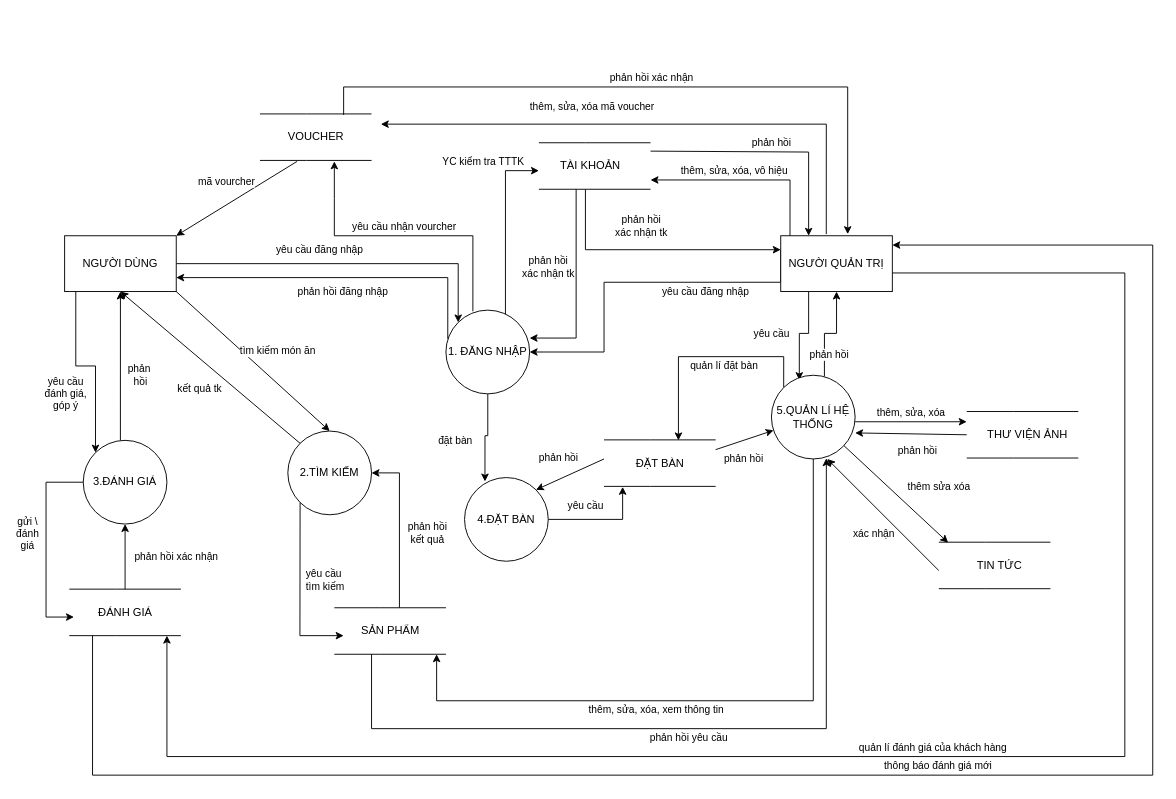
Earlier version of the draw.io diagram page "sơ đồ ngữ cảnh mức 1" (4 of 11) of Biểu đồ không có tiêu đề.drawio (trucka312/diagram). Source tidied: cells renumbered, new cells numbered last; positions are measured from the earlier drawing's top-left corner, leaving out a move shared by most shapes. Both pictures are drawn from the tidied source at 93%, with x=0, y=0 at pixel (46, 86).
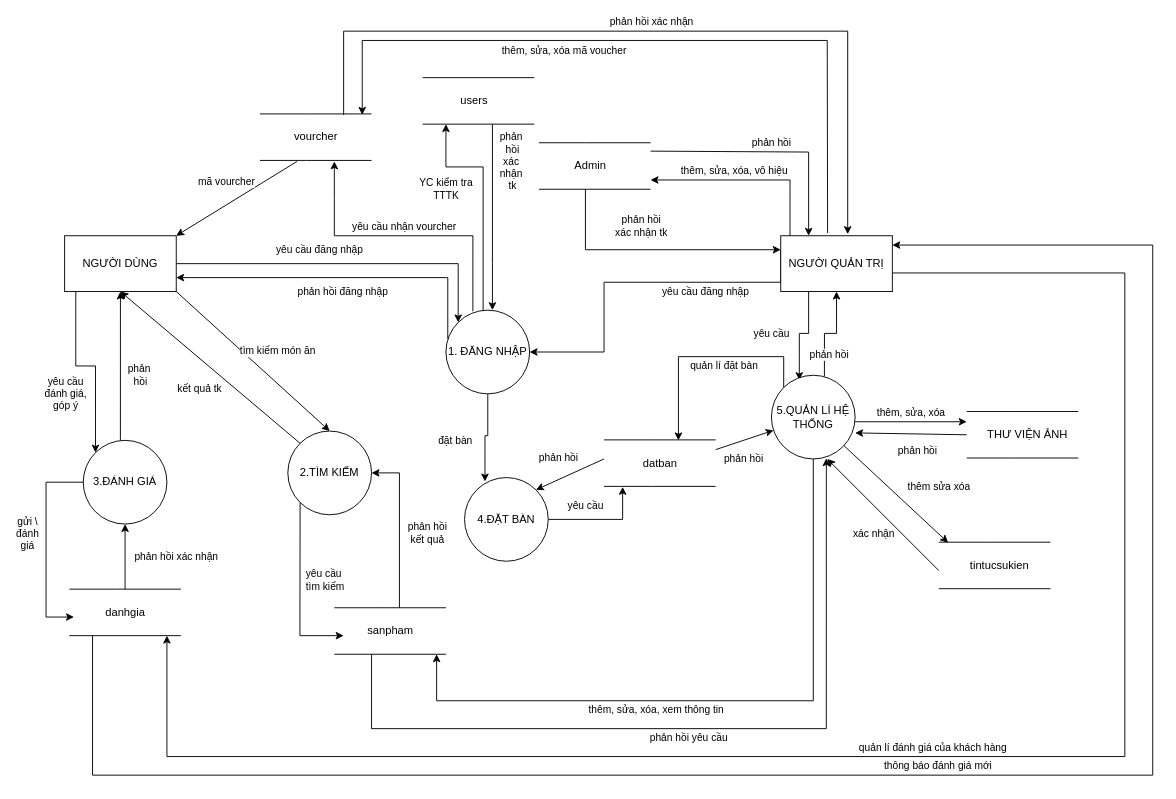
The same diagram, later.

The change refers to these unchanged cells:
```xml
<mxCell id="4" value="1. ĐĂNG NHẬP" style="ellipse;whiteSpace=wrap;html=1;" parent="1" vertex="1">
  <mxGeometry x="430" y="240" width="90" height="90" as="geometry" />
</mxCell>
<mxCell id="9" value="NGƯỜI QUẢN TRỊ" style="rounded=0;whiteSpace=wrap;html=1;" parent="1" vertex="1">
  <mxGeometry x="790" y="160" width="120" height="60" as="geometry" />
</mxCell>
```

The edit, as a diff of the source:
```diff
@@
     <mxCell id="17" style="endArrow=none;html=1;rounded=0;" parent="1" edge="1">
       <mxGeometry relative="1" as="geometry">
-        <mxPoint x="530" y="60" as="sourcePoint" />
-        <mxPoint x="650" y="60" as="targetPoint" />
+        <mxPoint x="405" y="-10" as="sourcePoint" />
+        <mxPoint x="525" y="-10" as="targetPoint" />
         <Array as="points">
-          <mxPoint x="580" y="60" />
+          <mxPoint x="455" y="-10" />
         </Array>
       </mxGeometry>
     </mxCell>
     <mxCell id="18" style="endArrow=none;html=1;rounded=0;" parent="1" edge="1">
       <mxGeometry relative="1" as="geometry">
-        <mxPoint x="530" y="110" as="sourcePoint" />
-        <mxPoint x="650" y="110" as="targetPoint" />
+        <mxPoint x="405" y="40" as="sourcePoint" />
+        <mxPoint x="525" y="40" as="targetPoint" />
         <Array as="points">
-          <mxPoint x="580" y="110" />
+          <mxPoint x="455" y="40" />
         </Array>
       </mxGeometry>
     </mxCell>
-    <mxCell id="19" value="TÀI KHOẢN" style="text;html=1;align=center;verticalAlign=middle;strokeColor=none;fillColor=none;" parent="1" vertex="1">
-      <mxGeometry x="540" y="70" width="90" height="30" as="geometry" />
+    <mxCell id="19" value="users&lt;br&gt;" style="text;html=1;align=center;verticalAlign=middle;strokeColor=none;fillColor=none;" parent="1" vertex="1">
+      <mxGeometry x="435" width="50" height="30" as="geometry" />
     </mxCell>
-    <mxCell id="20" value="phản hồi &lt;br&gt;xác nhận tk" style="endArrow=classic;html=1;rounded=0;" parent="1" edge="1">
-      <mxGeometry x="-0.2" y="-30" relative="1" as="geometry">
-        <mxPoint x="570" y="110" as="sourcePoint" />
-        <mxPoint x="520" y="270" as="targetPoint" />
+    <mxCell id="20" value="phản&lt;br&gt;&amp;nbsp;hồi &lt;br&gt;xác&lt;br&gt;nhận&lt;br&gt;&amp;nbsp;tk" style="endArrow=classic;html=1;rounded=0;" parent="1" edge="1">
+      <mxGeometry x="-0.6" y="20" relative="1" as="geometry">
+        <mxPoint x="480" y="40" as="sourcePoint" />
+        <mxPoint x="480" y="240" as="targetPoint" />
         <Array as="points">
-          <mxPoint x="570" y="270" />
+          <mxPoint x="480" y="190" />
         </Array>
       </mxGeometry>
     </mxCell>
@@
-    <mxCell id="23" value="ĐÁNH GIÁ" style="text;html=1;align=center;verticalAlign=middle;strokeColor=none;fillColor=none;" parent="1" vertex="1">
-      <mxGeometry x="45" y="550" width="80" height="30" as="geometry" />
+    <mxCell id="23" value="danhgia" style="text;html=1;align=center;verticalAlign=middle;strokeColor=none;fillColor=none;" parent="1" vertex="1">
+      <mxGeometry x="50" y="550" width="70" height="30" as="geometry" />
     </mxCell>
@@
-    <mxCell id="27" value="SẢN PHẨM" style="text;html=1;align=center;verticalAlign=middle;strokeColor=none;fillColor=none;" parent="1" vertex="1">
-      <mxGeometry x="325" y="570" width="90" height="30" as="geometry" />
+    <mxCell id="27" value="sanpham" style="text;html=1;align=center;verticalAlign=middle;strokeColor=none;fillColor=none;" parent="1" vertex="1">
+      <mxGeometry x="335" y="570" width="70" height="30" as="geometry" />
     </mxCell>
@@
-    <mxCell id="31" value="ĐẶT BÀN" style="text;html=1;align=center;verticalAlign=middle;strokeColor=none;fillColor=none;" parent="1" vertex="1">
-      <mxGeometry x="620" y="389.5" width="80" height="30" as="geometry" />
+    <mxCell id="31" value="datban" style="text;html=1;align=center;verticalAlign=middle;strokeColor=none;fillColor=none;" parent="1" vertex="1">
+      <mxGeometry x="630" y="389.5" width="60" height="30" as="geometry" />
     </mxCell>
@@
-    <mxCell id="45" value="TIN TỨC" style="text;html=1;align=center;verticalAlign=middle;strokeColor=none;fillColor=none;" parent="1" vertex="1">
-      <mxGeometry x="990" y="499.5" width="70" height="30" as="geometry" />
+    <mxCell id="45" value="tintucsukien" style="text;html=1;align=center;verticalAlign=middle;strokeColor=none;fillColor=none;" parent="1" vertex="1">
+      <mxGeometry x="980" y="499.5" width="90" height="30" as="geometry" />
     </mxCell>
@@
-    <mxCell id="48" value="YC kiểm tra TTTK" style="endArrow=classic;html=1;rounded=0;exitX=0.711;exitY=0.047;exitDx=0;exitDy=0;exitPerimeter=0;" parent="1" edge="1" source="4">
-      <mxGeometry x="0.62" y="26" relative="1" as="geometry">
-        <mxPoint x="530" y="90" as="targetPoint" />
+    <mxCell id="48" value="YC kiểm tra &lt;br&gt;TTTK" style="endArrow=classic;html=1;rounded=0;exitX=0.711;exitY=0.047;exitDx=0;exitDy=0;exitPerimeter=0;" parent="1" edge="1">
+      <mxGeometry x="0.62" y="-24" relative="1" as="geometry">
+        <mxPoint x="470" y="240" as="sourcePoint" />
+        <mxPoint x="430" y="40" as="targetPoint" />
         <Array as="points">
-          <mxPoint x="494" y="90" />
+          <mxPoint x="470" y="86" />
+          <mxPoint x="430" y="86" />
         </Array>
-        <mxPoint x="-24" y="16" as="offset" />
+        <mxPoint x="-24" y="24" as="offset" />
       </mxGeometry>
     </mxCell>
@@
-    <mxCell id="51" value="VOUCHER" style="text;html=1;align=center;verticalAlign=middle;strokeColor=none;fillColor=none;" parent="1" vertex="1">
-      <mxGeometry x="250" y="39" width="80" height="30" as="geometry" />
+    <mxCell id="51" value="vourcher" style="text;html=1;align=center;verticalAlign=middle;strokeColor=none;fillColor=none;" parent="1" vertex="1">
+      <mxGeometry x="255" y="39" width="70" height="30" as="geometry" />
     </mxCell>
@@
-    <mxCell id="55" style="endArrow=classic;html=1;rounded=0;exitX=0.408;exitY=-0.029;exitDx=0;exitDy=0;exitPerimeter=0;" parent="1" edge="1" source="9">
+    <mxCell id="55" style="endArrow=classic;html=1;rounded=0;exitX=0.42;exitY=-0.049;exitDx=0;exitDy=0;exitPerimeter=0;" parent="1" edge="1" source="9">
       <mxGeometry relative="1" as="geometry">
-        <mxPoint x="360" y="40" as="targetPoint" />
+        <mxPoint x="340" y="30" as="targetPoint" />
         <Array as="points">
-          <mxPoint x="839" y="40" />
+          <mxPoint x="840" y="-50" />
+          <mxPoint x="340" y="-50" />
         </Array>
       </mxGeometry>
     </mxCell>
     <mxCell id="56" value="thêm, sửa, xóa mã voucher" style="edgeLabel;html=1;align=center;verticalAlign=middle;" parent="55" vertex="1">
       <mxGeometry x="0.24" y="3" relative="1" as="geometry">
-        <mxPoint x="-1" y="-23" as="offset" />
+        <mxPoint x="-3" y="7" as="offset" />
       </mxGeometry>
     </mxCell>
     <mxCell id="57" value="phản hồi xác nhận" style="endArrow=classic;html=1;rounded=0;entryX=0.6;entryY=-0.029;entryDx=0;entryDy=0;entryPerimeter=0;" parent="1" edge="1" target="9">
       <mxGeometry x="-0.01" y="10" relative="1" as="geometry">
         <mxPoint x="320" y="30" as="sourcePoint" />
         <Array as="points">
-          <mxPoint x="320" />
-          <mxPoint x="862" />
+          <mxPoint x="320" y="-60" />
+          <mxPoint x="862" y="-60" />
         </Array>
       </mxGeometry>
     </mxCell>
@@
+    <mxCell id="66" style="endArrow=none;html=1;rounded=0;" parent="1" edge="1">
+      <mxGeometry relative="1" as="geometry">
+        <mxPoint x="530" y="60" as="sourcePoint" />
+        <mxPoint x="650" y="60" as="targetPoint" />
+        <Array as="points">
+          <mxPoint x="580" y="60" />
+        </Array>
+      </mxGeometry>
+    </mxCell>
+    <mxCell id="67" style="endArrow=none;html=1;rounded=0;" parent="1" edge="1">
+      <mxGeometry relative="1" as="geometry">
+        <mxPoint x="530" y="110" as="sourcePoint" />
+        <mxPoint x="650" y="110" as="targetPoint" />
+        <Array as="points">
+          <mxPoint x="580" y="110" />
+        </Array>
+      </mxGeometry>
+    </mxCell>
+    <mxCell id="68" value="Admin" style="text;html=1;align=center;verticalAlign=middle;strokeColor=none;fillColor=none;" parent="1" vertex="1">
+      <mxGeometry x="555" y="70" width="60" height="30" as="geometry" />
+    </mxCell>
```
